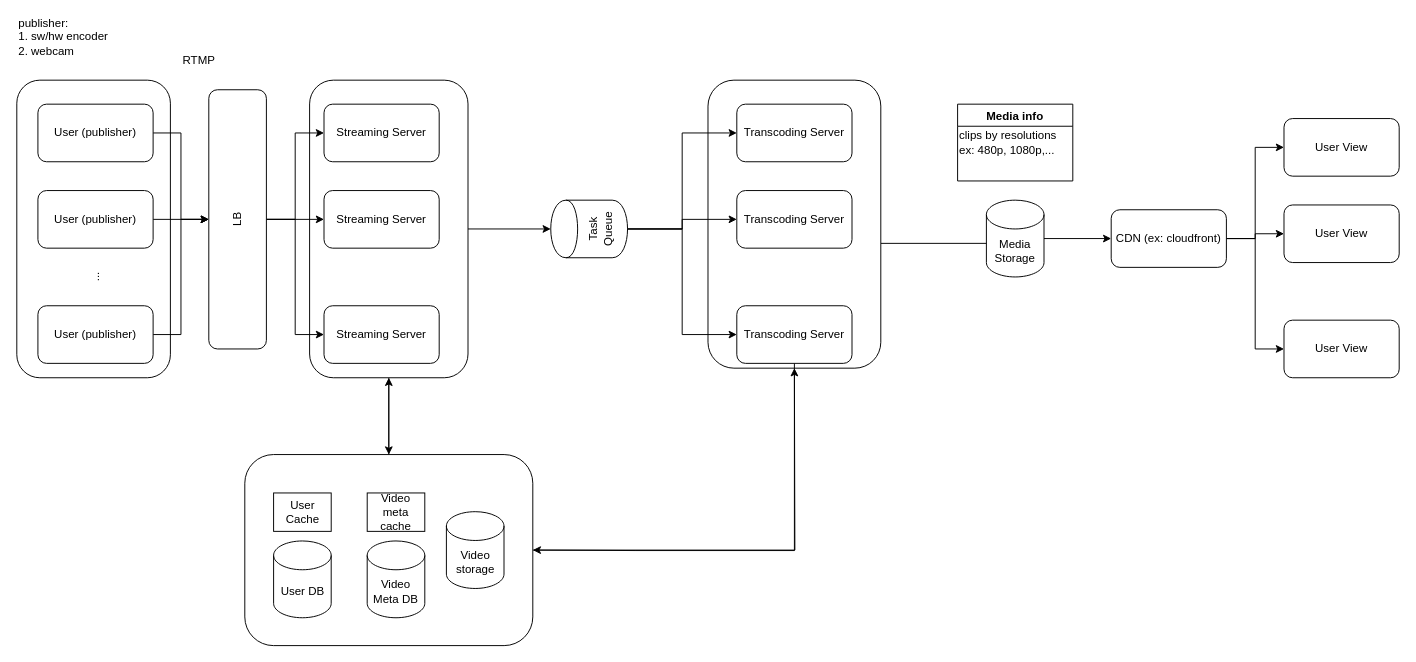
Above: drawios/Design Twitch.drawio in whmou/component-archs (draw.io), before the change. Source tidied: cells renumbered, new cells numbered last; positions are measured from the earlier drawing's top-left corner, leaving out a move shared by most shapes. Both pictures are drawn from the tidied source at 96%, with x=0, y=0 at pixel (16, 22).
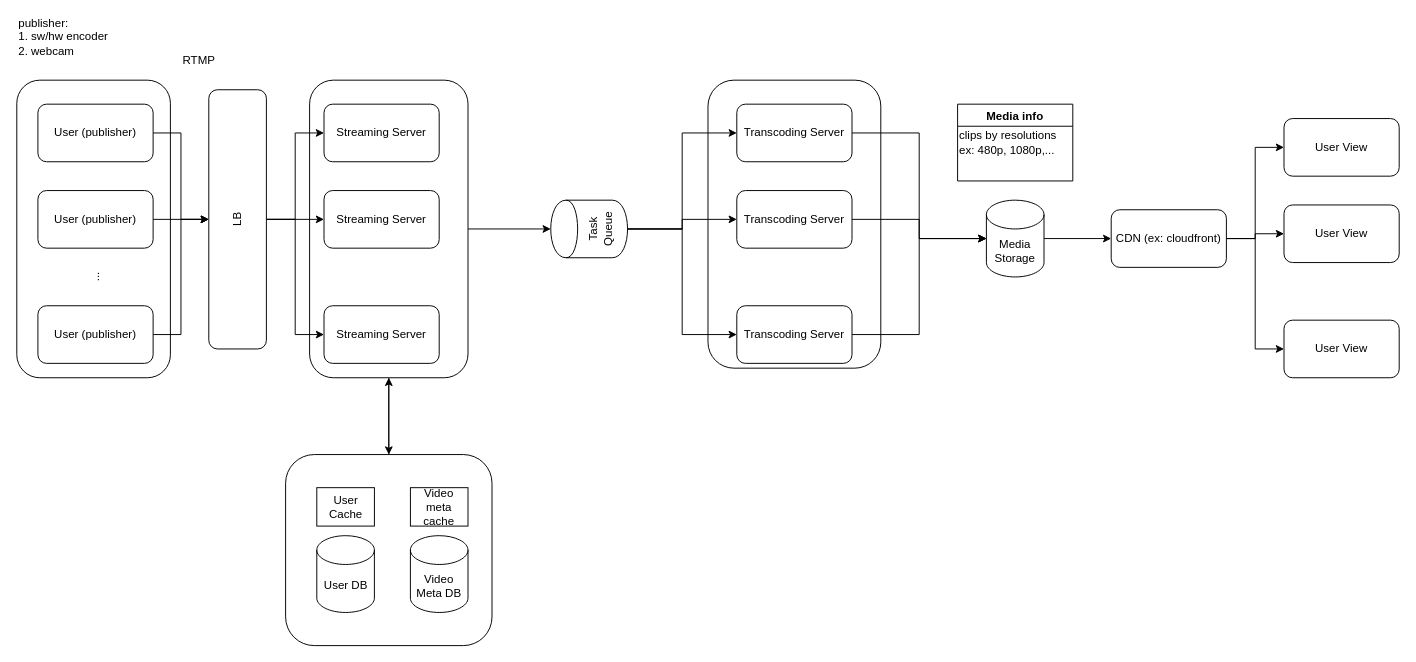
Above is the later version.

Unchanged cells that the change refers to:
```xml
<mxCell id="4" style="rounded=1;whiteSpace=wrap;html=1;" parent="1" vertex="1">
  <mxGeometry x="720" y="60" width="180" height="300" as="geometry" />
</mxCell>
<mxCell id="32" value="Transcoding Server" style="rounded=1;whiteSpace=wrap;html=1;" parent="1" vertex="1">
  <mxGeometry x="750" y="85" width="120" height="60" as="geometry" />
</mxCell>
<mxCell id="33" value="Transcoding Server" style="rounded=1;whiteSpace=wrap;html=1;" parent="1" vertex="1">
  <mxGeometry x="750" y="175" width="120" height="60" as="geometry" />
</mxCell>
<mxCell id="35" value="Transcoding Server" style="rounded=1;whiteSpace=wrap;html=1;" parent="1" vertex="1">
  <mxGeometry x="750" y="295" width="120" height="60" as="geometry" />
</mxCell>
<mxCell id="41" value="Media Storage" style="shape=cylinder3;whiteSpace=wrap;html=1;boundedLbl=1;backgroundOutline=1;size=15;" parent="1" vertex="1">
  <mxGeometry x="1010" y="185" width="60" height="80" as="geometry" />
</mxCell>
```

Change to the diagram source:
```diff
@@
-    <mxCell id="3" style="edgeStyle=orthogonalEdgeStyle;rounded=0;jettySize=auto;html=1;entryX=1;entryY=0.5;entryDx=0;entryDy=0;entryPerimeter=0;" parent="1" edge="1" source="4" target="41">
-      <mxGeometry relative="1" as="geometry">
-        <Array as="points">
-          <mxPoint x="1040" y="230" />
-        </Array>
-      </mxGeometry>
-    </mxCell>
@@
-    <mxCell id="9" style="edgeStyle=orthogonalEdgeStyle;rounded=0;jettySize=auto;html=1;" parent="1" edge="1" source="10">
-      <mxGeometry relative="1" as="geometry">
-        <mxPoint x="810" y="360" as="targetPoint" />
-      </mxGeometry>
-    </mxCell>
     <mxCell id="10" style="rounded=1;whiteSpace=wrap;html=1;" parent="1" vertex="1">
-      <mxGeometry x="237.5" y="450" width="300" height="199" as="geometry" />
+      <mxGeometry x="280" y="450" width="215" height="199" as="geometry" />
     </mxCell>
@@
     <mxCell id="28" value="User DB" style="shape=cylinder3;whiteSpace=wrap;html=1;boundedLbl=1;backgroundOutline=1;size=15;" parent="1" vertex="1">
-      <mxGeometry x="267.5" y="540" width="60" height="80" as="geometry" />
+      <mxGeometry x="312.5" y="534.5" width="60" height="80" as="geometry" />
     </mxCell>
     <mxCell id="29" value="User Cache" style="rounded=0;whiteSpace=wrap;html=1;" parent="1" vertex="1">
-      <mxGeometry x="267.5" y="490" width="60" height="40" as="geometry" />
+      <mxGeometry x="312.5" y="484.5" width="60" height="40" as="geometry" />
     </mxCell>
     <mxCell id="30" value="Video meta cache" style="rounded=0;whiteSpace=wrap;html=1;" parent="1" vertex="1">
-      <mxGeometry x="365" y="490" width="60" height="40" as="geometry" />
+      <mxGeometry x="410" y="484.5" width="60" height="40" as="geometry" />
     </mxCell>
     <mxCell id="31" value="Video Meta DB" style="shape=cylinder3;whiteSpace=wrap;html=1;boundedLbl=1;backgroundOutline=1;size=15;" parent="1" vertex="1">
-      <mxGeometry x="365" y="540" width="60" height="80" as="geometry" />
+      <mxGeometry x="410" y="534.5" width="60" height="80" as="geometry" />
     </mxCell>
+    <mxCell id="51" style="edgeStyle=orthogonalEdgeStyle;rounded=0;jettySize=auto;html=1;entryX=0;entryY=0.5;entryDx=0;entryDy=0;entryPerimeter=0;" parent="1" edge="1" source="32" target="41">
+      <mxGeometry relative="1" as="geometry" />
+    </mxCell>
@@
+    <mxCell id="52" style="edgeStyle=orthogonalEdgeStyle;rounded=0;jettySize=auto;html=1;entryX=0;entryY=0.5;entryDx=0;entryDy=0;entryPerimeter=0;" parent="1" edge="1" source="33" target="41">
+      <mxGeometry relative="1" as="geometry" />
+    </mxCell>
@@
-    <mxCell id="34" style="edgeStyle=orthogonalEdgeStyle;rounded=0;jettySize=auto;html=1;entryX=1;entryY=0.5;entryDx=0;entryDy=0;" parent="1" edge="1" source="35" target="10">
-      <mxGeometry relative="1" as="geometry">
-        <Array as="points">
-          <mxPoint x="810" y="550" />
-          <mxPoint x="644" y="550" />
-        </Array>
-      </mxGeometry>
-    </mxCell>
+    <mxCell id="53" style="edgeStyle=orthogonalEdgeStyle;rounded=0;jettySize=auto;html=1;entryX=0;entryY=0.5;entryDx=0;entryDy=0;entryPerimeter=0;" parent="1" edge="1" source="35" target="41">
+      <mxGeometry relative="1" as="geometry" />
+    </mxCell>
@@
-    <mxCell id="44" value="Video storage" style="shape=cylinder3;whiteSpace=wrap;html=1;boundedLbl=1;backgroundOutline=1;size=15;" parent="1" vertex="1">
-      <mxGeometry x="447.5" y="509.5" width="60" height="80" as="geometry" />
-    </mxCell>
```
